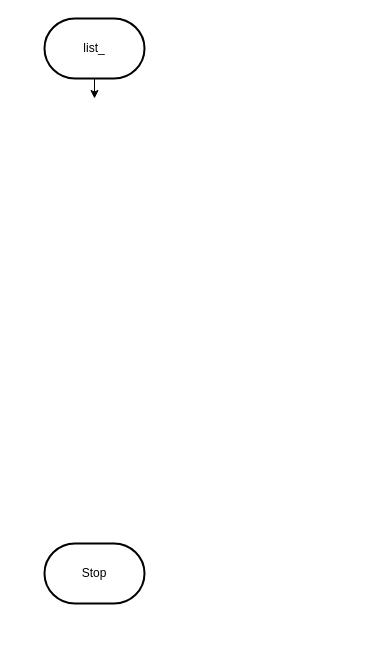
Above: Draw.io/Flowchart.drawio in Peter-Gemmell/ICS3U-Unit6-02-Python (draw.io), before the change. Source tidied: cells renumbered, new cells numbered last; positions are measured from the earlier drawing's top-left corner, leaving out a move shared by most shapes. Both pictures are drawn from the tidied source at 100%, with x=0, y=0 at pixel (44, 18).
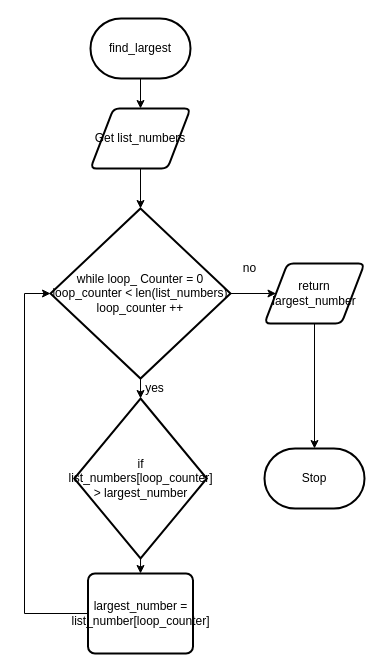
After the change.

Change to the diagram source:
```diff
@@
 <mxGraphModel>
   <root>
     <mxCell id="0" />
     <mxCell id="1" parent="0" />
-    <mxCell id="2" style="edgeStyle=none;html=1;exitX=0.5;exitY=1;exitDx=0;exitDy=0;exitPerimeter=0;entryX=0.5;entryY=0;entryDx=0;entryDy=0;entryPerimeter=0;" parent="1" edge="1" source="3">
-      <mxGeometry relative="1" as="geometry">
-        <mxPoint x="50" y="80" as="targetPoint" />
-      </mxGeometry>
+    <mxCell id="2" style="edgeStyle=none;html=1;exitX=0.5;exitY=1;exitDx=0;exitDy=0;exitPerimeter=0;entryX=0.5;entryY=0;entryDx=0;entryDy=0;" parent="1" edge="1" source="3" target="6">
+      <mxGeometry relative="1" as="geometry" />
     </mxCell>
-    <mxCell id="3" value="list_" style="strokeWidth=2;html=1;shape=mxgraph.flowchart.terminator;whiteSpace=wrap;" parent="1" vertex="1">
-      <mxGeometry width="100" height="60" as="geometry" />
+    <mxCell id="3" value="find_largest" style="strokeWidth=2;html=1;shape=mxgraph.flowchart.terminator;whiteSpace=wrap;" parent="1" vertex="1">
+      <mxGeometry x="46" width="100" height="60" as="geometry" />
     </mxCell>
     <mxCell id="4" value="Stop" style="strokeWidth=2;html=1;shape=mxgraph.flowchart.terminator;whiteSpace=wrap;" parent="1" vertex="1">
-      <mxGeometry y="525" width="100" height="60" as="geometry" />
+      <mxGeometry x="220" y="430" width="100" height="60" as="geometry" />
     </mxCell>
+    <mxCell id="5" style="edgeStyle=none;html=1;exitX=0.5;exitY=1;exitDx=0;exitDy=0;entryX=0.5;entryY=0;entryDx=0;entryDy=0;entryPerimeter=0;" parent="1" edge="1" source="6" target="9">
+      <mxGeometry relative="1" as="geometry" />
+    </mxCell>
+    <mxCell id="6" value="Get list_numbers" style="shape=parallelogram;html=1;strokeWidth=2;perimeter=parallelogramPerimeter;whiteSpace=wrap;rounded=1;arcSize=12;size=0.23;" parent="1" vertex="1">
+      <mxGeometry x="46" y="90" width="100" height="60" as="geometry" />
+    </mxCell>
+    <mxCell id="7" style="edgeStyle=none;html=1;exitX=0.5;exitY=1;exitDx=0;exitDy=0;exitPerimeter=0;entryX=0.5;entryY=0;entryDx=0;entryDy=0;entryPerimeter=0;" parent="1" edge="1" source="9" target="11">
+      <mxGeometry relative="1" as="geometry" />
+    </mxCell>
+    <mxCell id="8" style="edgeStyle=none;rounded=0;html=1;exitX=1;exitY=0.5;exitDx=0;exitDy=0;exitPerimeter=0;entryX=0;entryY=0.5;entryDx=0;entryDy=0;" parent="1" edge="1" source="9" target="15">
+      <mxGeometry relative="1" as="geometry" />
+    </mxCell>
+    <mxCell id="9" value="while loop_ Counter = 0&lt;br&gt;loop_counter &amp;lt; len(list_numbers)&lt;br&gt;loop_counter ++" style="strokeWidth=2;html=1;shape=mxgraph.flowchart.decision;whiteSpace=wrap;" parent="1" vertex="1">
+      <mxGeometry x="6" y="190" width="180" height="170" as="geometry" />
+    </mxCell>
+    <mxCell id="10" style="edgeStyle=none;html=1;exitX=0.5;exitY=1;exitDx=0;exitDy=0;exitPerimeter=0;entryX=0.5;entryY=0;entryDx=0;entryDy=0;" parent="1" edge="1" source="11" target="13">
+      <mxGeometry relative="1" as="geometry" />
+    </mxCell>
+    <mxCell id="11" value="if list_numbers[loop_counter] &amp;gt; largest_number" style="strokeWidth=2;html=1;shape=mxgraph.flowchart.decision;whiteSpace=wrap;" parent="1" vertex="1">
+      <mxGeometry x="29.8" y="380" width="132.5" height="160" as="geometry" />
+    </mxCell>
+    <mxCell id="12" style="edgeStyle=none;html=1;exitX=0;exitY=0.5;exitDx=0;exitDy=0;entryX=0;entryY=0.5;entryDx=0;entryDy=0;entryPerimeter=0;rounded=0;" parent="1" edge="1" source="13" target="9">
+      <mxGeometry relative="1" as="geometry">
+        <Array as="points">
+          <mxPoint x="-20" y="595" />
+          <mxPoint x="-20" y="275" />
+        </Array>
+      </mxGeometry>
+    </mxCell>
+    <mxCell id="13" value="largest_number = list_number[loop_counter]" style="rounded=1;whiteSpace=wrap;html=1;absoluteArcSize=1;arcSize=14;strokeWidth=2;" parent="1" vertex="1">
+      <mxGeometry x="43.5" y="555" width="105" height="80" as="geometry" />
+    </mxCell>
+    <mxCell id="14" style="edgeStyle=none;rounded=0;html=1;exitX=0.5;exitY=1;exitDx=0;exitDy=0;entryX=0.5;entryY=0;entryDx=0;entryDy=0;entryPerimeter=0;" parent="1" edge="1" source="15" target="4">
+      <mxGeometry relative="1" as="geometry" />
+    </mxCell>
+    <mxCell id="15" value="return largest_number" style="shape=parallelogram;html=1;strokeWidth=2;perimeter=parallelogramPerimeter;whiteSpace=wrap;rounded=1;arcSize=12;size=0.23;" parent="1" vertex="1">
+      <mxGeometry x="220" y="245" width="100" height="60" as="geometry" />
+    </mxCell>
+    <mxCell id="16" value="yes" style="text;html=1;align=center;verticalAlign=middle;strokeColor=none;fillColor=none;" parent="1" vertex="1">
+      <mxGeometry x="95" y="360" width="30" height="20" as="geometry" />
+    </mxCell>
+    <mxCell id="17" value="no" style="text;html=1;align=center;verticalAlign=middle;strokeColor=none;fillColor=none;" parent="1" vertex="1">
+      <mxGeometry x="190" y="240" width="30" height="20" as="geometry" />
+    </mxCell>
   </root>
 </mxGraphModel>
```
